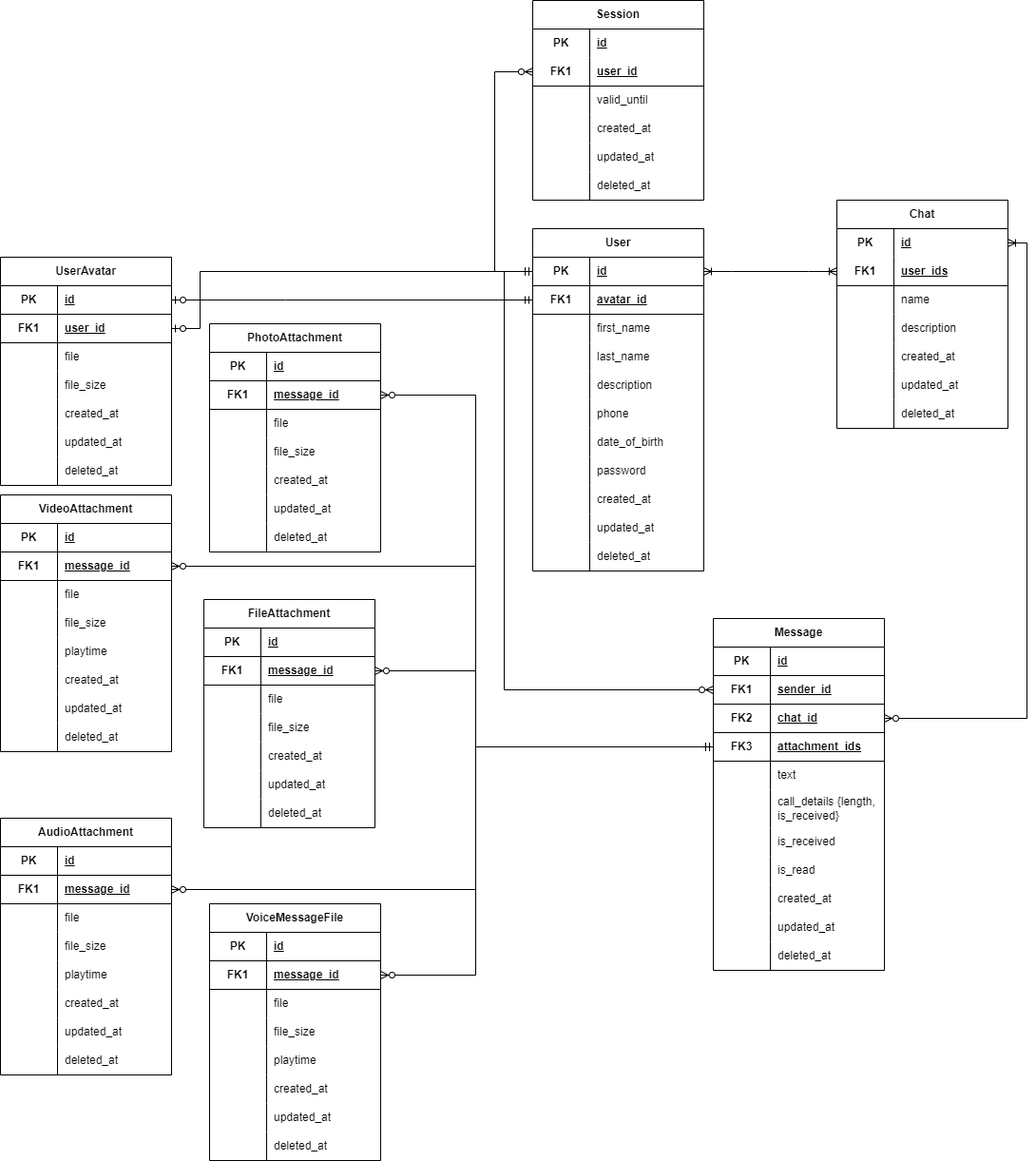
Petr09Mitin/technopark-highload-course-proj keeps this draw.io diagram as db_logical.drawio.png. Above is the earlier version. Source tidied: cells renumbered, new cells last; positions are measured from the earlier drawing's top-left corner, leaving out a move shared by most shapes.
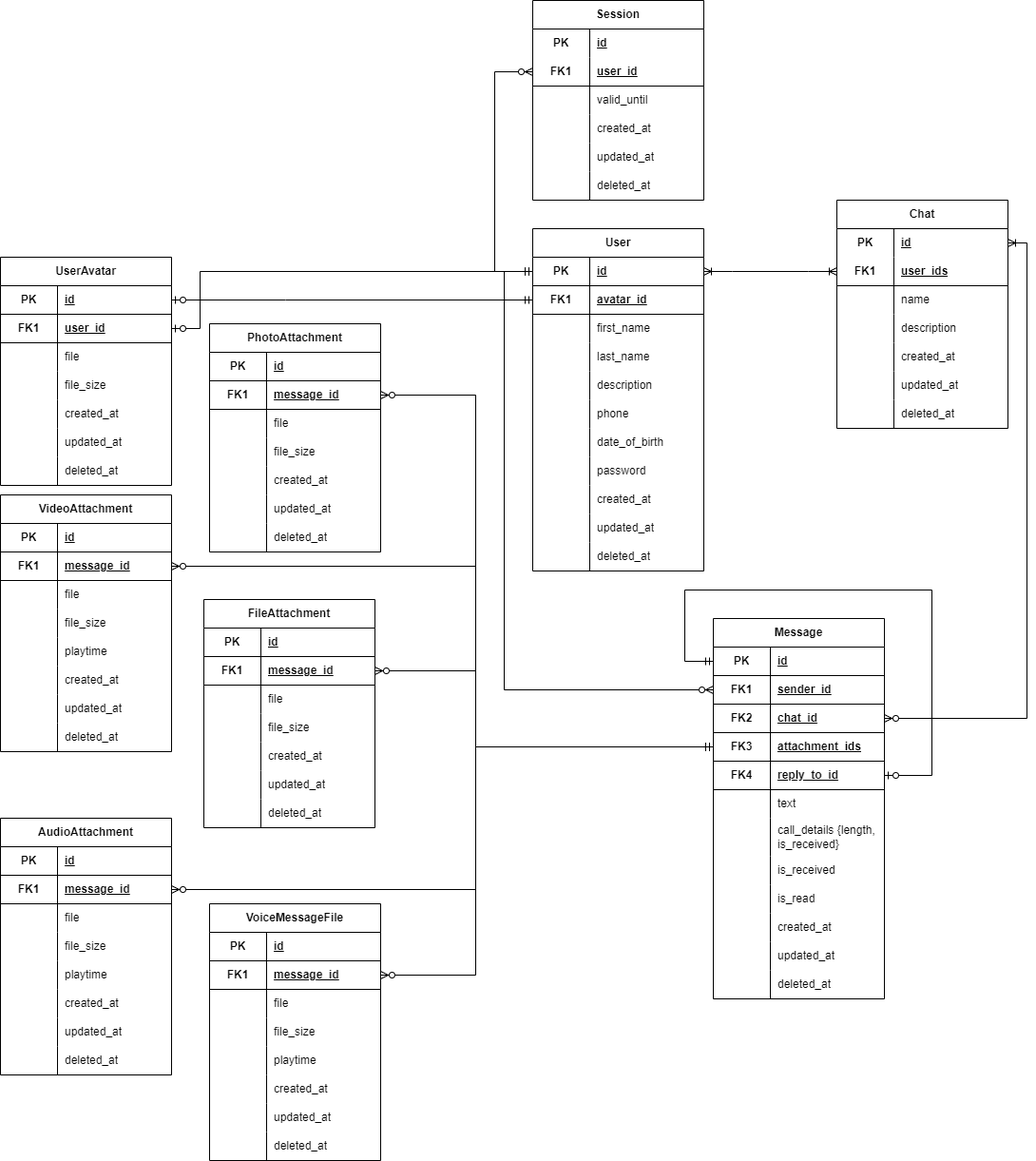
Later version of the same file.

Commit message:
feat: add replies to message

Diff of the diagram source:
```diff
@@ -105,7 +105,7 @@
       <mxGeometry x="60" width="120" height="30" as="geometry" />
     </mxCell>
     <mxCell id="36" value="Message" style="shape=table;startSize=30;rowLines=0;fontStyle=1;align=center;html=1;whiteSpace=wrap;" parent="1" vertex="1">
-      <mxGeometry x="750" y="650" width="180" height="370" as="geometry" />
+      <mxGeometry x="750" y="650" width="180" height="400" as="geometry" />
     </mxCell>
     <mxCell id="37" style="shape=tableRow;horizontal=0;startSize=0;swimlaneHead=0;swimlaneBody=0;fillColor=none;points=[[0,0.5],[1,0.5]];portConstraint=eastwest;top=0;left=0;right=0;bottom=1;html=1;" parent="36" vertex="1">
       <mxGeometry y="30" width="180" height="30" as="geometry" />
@@ -143,8 +143,17 @@
     <mxCell id="48" value="attachment_ids" style="shape=partialRectangle;fillColor=none;top=0;left=0;bottom=0;right=0;align=left;spacingLeft=6;fontStyle=5;overflow=hidden;html=1;whiteSpace=wrap;" parent="46" vertex="1">
       <mxGeometry x="60" width="120" height="30" as="geometry" />
     </mxCell>
+    <mxCell id="263" style="shape=tableRow;horizontal=0;startSize=0;swimlaneHead=0;swimlaneBody=0;fillColor=none;points=[[0,0.5],[1,0.5]];portConstraint=eastwest;top=0;left=0;right=0;bottom=1;html=1;" parent="36" vertex="1">
+      <mxGeometry y="150" width="180" height="30" as="geometry" />
+    </mxCell>
+    <mxCell id="264" value="FK4" style="shape=partialRectangle;fillColor=none;top=0;left=0;bottom=0;right=0;fontStyle=1;overflow=hidden;html=1;whiteSpace=wrap;" parent="263" vertex="1">
+      <mxGeometry width="60" height="30" as="geometry" />
+    </mxCell>
+    <mxCell id="265" value="reply_to_id" style="shape=partialRectangle;fillColor=none;top=0;left=0;bottom=0;right=0;align=left;spacingLeft=6;fontStyle=5;overflow=hidden;html=1;whiteSpace=wrap;" parent="263" vertex="1">
+      <mxGeometry x="60" width="120" height="30" as="geometry" />
+    </mxCell>
     <mxCell id="49" style="shape=tableRow;horizontal=0;startSize=0;swimlaneHead=0;swimlaneBody=0;fillColor=none;top=0;left=0;right=0;bottom=0;html=1;" parent="36" vertex="1">
-      <mxGeometry y="150" width="180" height="30" as="geometry" />
+      <mxGeometry y="180" width="180" height="30" as="geometry" />
     </mxCell>
     <mxCell id="50" style="shape=partialRectangle;fillColor=none;top=0;left=0;bottom=0;right=0;overflow=hidden;html=1;whiteSpace=wrap;" parent="49" vertex="1">
       <mxGeometry width="60" height="30" as="geometry" />
@@ -153,7 +162,7 @@
       <mxGeometry x="60" width="120" height="30" as="geometry" />
     </mxCell>
     <mxCell id="52" style="shape=tableRow;horizontal=0;startSize=0;swimlaneHead=0;swimlaneBody=0;fillColor=none;top=0;left=0;right=0;bottom=0;html=1;" parent="36" vertex="1">
-      <mxGeometry y="180" width="180" height="40" as="geometry" />
+      <mxGeometry y="210" width="180" height="40" as="geometry" />
     </mxCell>
     <mxCell id="53" style="shape=partialRectangle;fillColor=none;top=0;left=0;bottom=0;right=0;overflow=hidden;html=1;whiteSpace=wrap;" parent="52" vertex="1">
       <mxGeometry width="60" height="40" as="geometry" />
@@ -162,7 +171,7 @@
       <mxGeometry x="60" width="120" height="40" as="geometry" />
     </mxCell>
     <mxCell id="55" style="shape=tableRow;horizontal=0;startSize=0;swimlaneHead=0;swimlaneBody=0;fillColor=none;top=0;left=0;right=0;bottom=0;html=1;" parent="36" vertex="1">
-      <mxGeometry y="220" width="180" height="30" as="geometry" />
+      <mxGeometry y="250" width="180" height="30" as="geometry" />
     </mxCell>
     <mxCell id="56" style="shape=partialRectangle;fillColor=none;top=0;left=0;bottom=0;right=0;overflow=hidden;html=1;whiteSpace=wrap;" parent="55" vertex="1">
       <mxGeometry width="60" height="30" as="geometry" />
@@ -171,7 +180,7 @@
       <mxGeometry x="60" width="120" height="30" as="geometry" />
     </mxCell>
     <mxCell id="58" style="shape=tableRow;horizontal=0;startSize=0;swimlaneHead=0;swimlaneBody=0;fillColor=none;top=0;left=0;right=0;bottom=0;html=1;" parent="36" vertex="1">
-      <mxGeometry y="250" width="180" height="30" as="geometry" />
+      <mxGeometry y="280" width="180" height="30" as="geometry" />
     </mxCell>
     <mxCell id="59" style="shape=partialRectangle;fillColor=none;top=0;left=0;bottom=0;right=0;overflow=hidden;html=1;whiteSpace=wrap;" parent="58" vertex="1">
       <mxGeometry width="60" height="30" as="geometry" />
@@ -180,7 +189,7 @@
       <mxGeometry x="60" width="120" height="30" as="geometry" />
     </mxCell>
     <mxCell id="61" style="shape=tableRow;horizontal=0;startSize=0;swimlaneHead=0;swimlaneBody=0;fillColor=none;top=0;left=0;right=0;bottom=0;html=1;" parent="36" vertex="1">
-      <mxGeometry y="280" width="180" height="30" as="geometry" />
+      <mxGeometry y="310" width="180" height="30" as="geometry" />
     </mxCell>
     <mxCell id="62" style="shape=partialRectangle;fillColor=none;top=0;left=0;bottom=0;right=0;overflow=hidden;html=1;whiteSpace=wrap;" parent="61" vertex="1">
       <mxGeometry width="60" height="30" as="geometry" />
@@ -189,7 +198,7 @@
       <mxGeometry x="60" width="120" height="30" as="geometry" />
     </mxCell>
     <mxCell id="64" style="shape=tableRow;horizontal=0;startSize=0;swimlaneHead=0;swimlaneBody=0;fillColor=none;top=0;left=0;right=0;bottom=0;html=1;" parent="36" vertex="1">
-      <mxGeometry y="310" width="180" height="30" as="geometry" />
+      <mxGeometry y="340" width="180" height="30" as="geometry" />
     </mxCell>
     <mxCell id="65" style="shape=partialRectangle;fillColor=none;top=0;left=0;bottom=0;right=0;overflow=hidden;html=1;whiteSpace=wrap;" parent="64" vertex="1">
       <mxGeometry width="60" height="30" as="geometry" />
@@ -198,7 +207,7 @@
       <mxGeometry x="60" width="120" height="30" as="geometry" />
     </mxCell>
     <mxCell id="67" style="shape=tableRow;horizontal=0;startSize=0;swimlaneHead=0;swimlaneBody=0;fillColor=none;top=0;left=0;right=0;bottom=0;html=1;" parent="36" vertex="1">
-      <mxGeometry y="340" width="180" height="30" as="geometry" />
+      <mxGeometry y="370" width="180" height="30" as="geometry" />
     </mxCell>
     <mxCell id="68" style="shape=partialRectangle;fillColor=none;top=0;left=0;bottom=0;right=0;overflow=hidden;html=1;whiteSpace=wrap;" parent="67" vertex="1">
       <mxGeometry width="60" height="30" as="geometry" />
@@ -206,6 +215,16 @@
     <mxCell id="69" value="deleted_at" style="shape=partialRectangle;fillColor=none;top=0;left=0;bottom=0;right=0;align=left;spacingLeft=6;overflow=hidden;html=1;whiteSpace=wrap;" parent="67" vertex="1">
       <mxGeometry x="60" width="120" height="30" as="geometry" />
     </mxCell>
+    <mxCell id="266" style="edgeStyle=orthogonalEdgeStyle;fontSize=12;html=1;endArrow=ERzeroToOne;startArrow=ERmandOne;rounded=0;elbow=vertical;entryX=1;entryY=0.5;entryDx=0;entryDy=0;exitX=0;exitY=0.5;exitDx=0;exitDy=0;" parent="36" edge="1" source="37" target="263">
+      <mxGeometry relative="1" as="geometry">
+        <Array as="points">
+          <mxPoint x="-30" y="45" />
+          <mxPoint x="-30" y="-30" />
+          <mxPoint x="230" y="-30" />
+          <mxPoint x="230" y="165" />
+        </Array>
+      </mxGeometry>
+    </mxCell>
     <mxCell id="70" value="Chat" style="shape=table;startSize=30;rowLines=0;fontStyle=1;align=center;html=1;whiteSpace=wrap;" parent="1" vertex="1">
       <mxGeometry x="880" y="210" width="180" height="240" as="geometry" />
     </mxCell>
```
